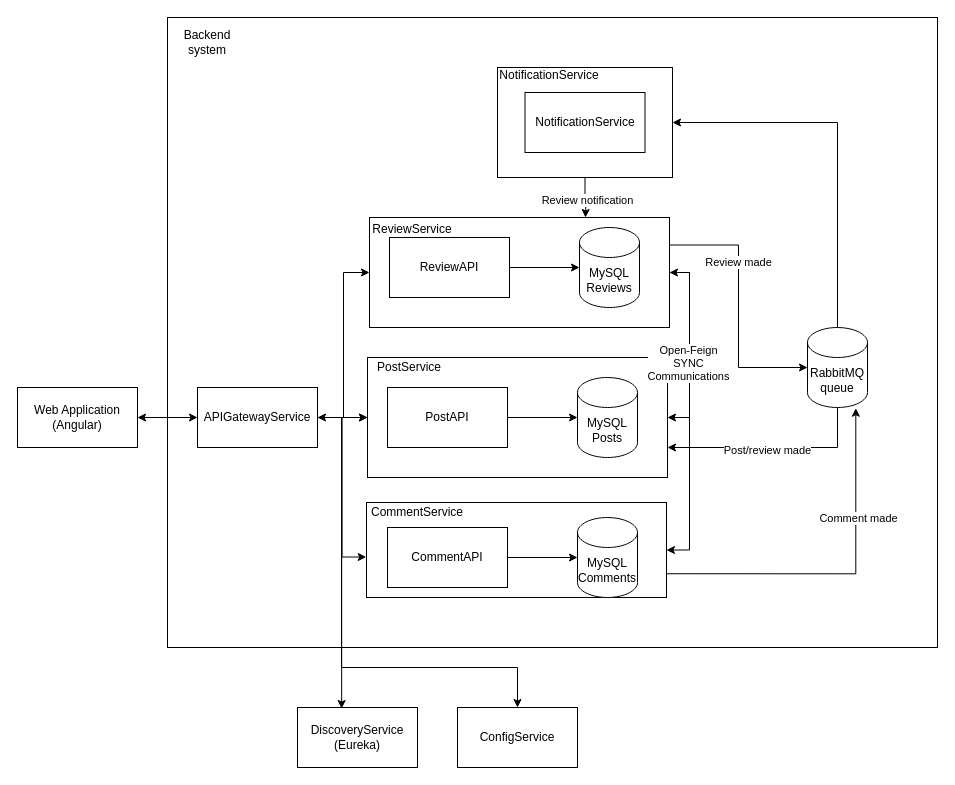
Earlier version of the draw.io diagram architecture/Architecture.drawio (pxlit-projects/project-ThimoGubbelsPXL). Source tidied: cells renumbered, new cells numbered last; positions are measured from the earlier drawing's top-left corner, leaving out a move shared by most shapes. Both pictures are drawn from the tidied source at 100%, with x=0, y=0 at pixel (17, 17).
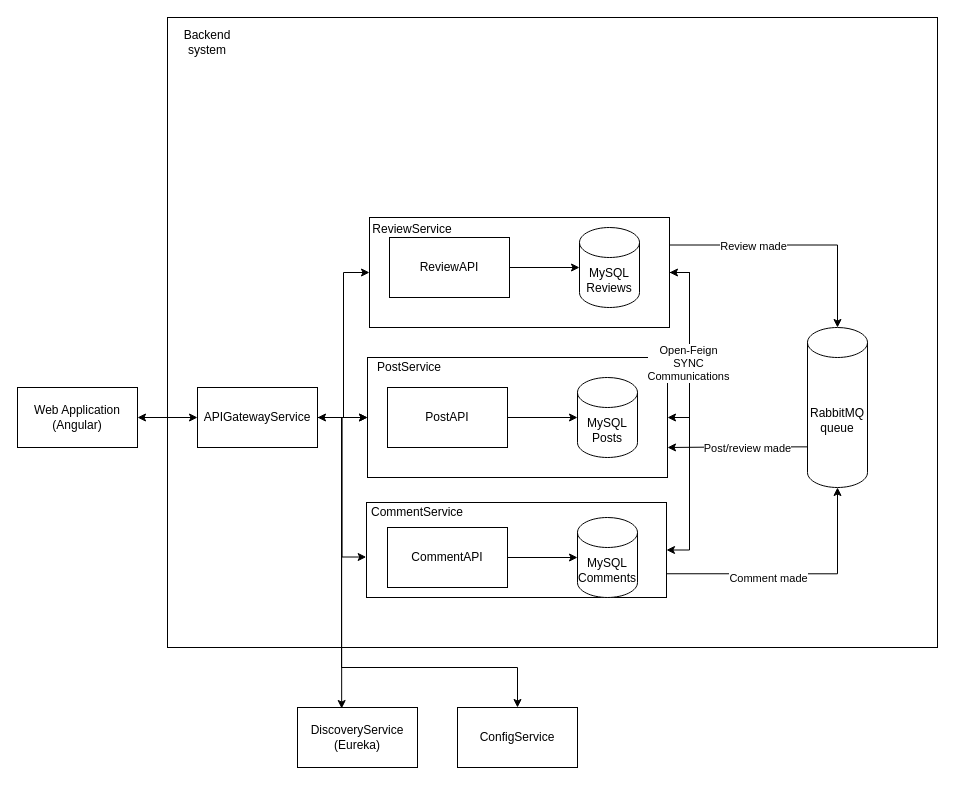
Above is the later version.

Unchanged cells that the change refers to:
```xml
<mxCell id="4" style="rounded=0;whiteSpace=wrap;html=1;" parent="1" vertex="1">
  <mxGeometry x="352" y="200" width="300" height="110" as="geometry" />
</mxCell>
<mxCell id="5" value="&lt;p style=&quot;line-height: 120%;&quot;&gt;&lt;br&gt;&lt;/p&gt;" style="rounded=0;whiteSpace=wrap;html=1;align=left;" parent="1" vertex="1">
  <mxGeometry x="349" y="485" width="300" height="95" as="geometry" />
</mxCell>
<mxCell id="6" style="rounded=0;whiteSpace=wrap;html=1;" parent="1" vertex="1">
  <mxGeometry x="350" y="340" width="300" height="120" as="geometry" />
</mxCell>
```

Change to the diagram source:
```diff
@@
-    <mxCell id="33" style="edgeStyle=orthogonalEdgeStyle;rounded=0;jettySize=auto;html=1;exitX=0.5;exitY=0;exitDx=0;exitDy=0;exitPerimeter=0;entryX=1;entryY=0.5;entryDx=0;entryDy=0;" parent="1" edge="1" source="36" target="39">
-      <mxGeometry relative="1" as="geometry" />
-    </mxCell>
-    <mxCell id="34" style="edgeStyle=orthogonalEdgeStyle;rounded=0;jettySize=auto;html=1;exitX=0.5;exitY=1;exitDx=0;exitDy=0;exitPerimeter=0;entryX=1;entryY=0.75;entryDx=0;entryDy=0;" parent="1" edge="1" source="36" target="6">
+    <mxCell id="34" style="edgeStyle=orthogonalEdgeStyle;rounded=0;jettySize=auto;html=1;exitX=0.055;exitY=0.746;exitDx=0;exitDy=0;exitPerimeter=0;entryX=1;entryY=0.75;entryDx=0;entryDy=0;" parent="1" edge="1" source="36" target="6">
       <mxGeometry relative="1" as="geometry" />
     </mxCell>
     <mxCell id="35" value="Post/review made" style="edgeLabel;html=1;align=center;verticalAlign=middle;" parent="34" vertex="1">
-      <mxGeometry x="0.06" y="2" relative="1" as="geometry" />
+      <mxGeometry x="0.06" y="2" relative="1" as="geometry">
+        <mxPoint x="12" y="-2" as="offset" />
+      </mxGeometry>
     </mxCell>
     <mxCell id="36" value="RabbitMQ&lt;br&gt;queue" style="shape=cylinder3;whiteSpace=wrap;html=1;boundedLbl=1;backgroundOutline=1;size=15;" parent="1" vertex="1">
-      <mxGeometry x="790" y="310" width="60" height="80" as="geometry" />
+      <mxGeometry x="790" y="310" width="60" height="160" as="geometry" />
     </mxCell>
-    <mxCell id="37" style="edgeStyle=orthogonalEdgeStyle;rounded=0;jettySize=auto;html=1;exitX=1;exitY=0.25;exitDx=0;exitDy=0;entryX=0;entryY=0.5;entryDx=0;entryDy=0;entryPerimeter=0;" parent="1" edge="1" source="4" target="36">
+    <mxCell id="37" style="edgeStyle=orthogonalEdgeStyle;rounded=0;jettySize=auto;html=1;exitX=1;exitY=0.25;exitDx=0;exitDy=0;entryX=0.5;entryY=0;entryDx=0;entryDy=0;entryPerimeter=0;" parent="1" edge="1" source="4" target="36">
       <mxGeometry relative="1" as="geometry" />
     </mxCell>
@@
-    <mxCell id="39" style="rounded=0;whiteSpace=wrap;html=1;" parent="1" vertex="1">
-      <mxGeometry x="480" y="50" width="175" height="110" as="geometry" />
-    </mxCell>
-    <mxCell id="40" value="NotificationService" style="text;html=1;strokeColor=none;fillColor=none;align=center;verticalAlign=middle;whiteSpace=wrap;rounded=0;" parent="1" vertex="1">
-      <mxGeometry x="492" y="53" width="80" height="10" as="geometry" />
-    </mxCell>
-    <mxCell id="41" value="NotificationService" style="rounded=0;whiteSpace=wrap;html=1;" parent="1" vertex="1">
-      <mxGeometry x="507.5" y="75" width="120" height="60" as="geometry" />
-    </mxCell>
-    <mxCell id="42" style="edgeStyle=orthogonalEdgeStyle;rounded=0;jettySize=auto;html=1;exitX=0.5;exitY=1;exitDx=0;exitDy=0;" parent="1" edge="1" source="39">
-      <mxGeometry relative="1" as="geometry">
-        <mxPoint x="568" y="200" as="targetPoint" />
-      </mxGeometry>
-    </mxCell>
-    <mxCell id="43" value="Review notification" style="edgeLabel;html=1;align=center;verticalAlign=middle;" parent="42" vertex="1">
-      <mxGeometry x="0.13" y="1" relative="1" as="geometry" />
-    </mxCell>
-    <mxCell id="44" style="edgeStyle=orthogonalEdgeStyle;rounded=0;jettySize=auto;html=1;exitX=1;exitY=0.75;exitDx=0;exitDy=0;entryX=0.805;entryY=1.009;entryDx=0;entryDy=0;entryPerimeter=0;" parent="1" edge="1" source="5" target="36">
+    <mxCell id="44" style="edgeStyle=orthogonalEdgeStyle;rounded=0;jettySize=auto;html=1;exitX=1;exitY=0.75;exitDx=0;exitDy=0;entryX=0.5;entryY=1;entryDx=0;entryDy=0;entryPerimeter=0;" parent="1" edge="1" source="5" target="36">
       <mxGeometry relative="1" as="geometry" />
     </mxCell>
     <mxCell id="45" value="Comment made" style="edgeLabel;html=1;align=center;verticalAlign=middle;" parent="44" vertex="1">
       <mxGeometry x="-0.24" y="-2" relative="1" as="geometry">
-        <mxPoint x="57" y="-58" as="offset" />
+        <mxPoint x="4" y="2" as="offset" />
       </mxGeometry>
     </mxCell>
```
